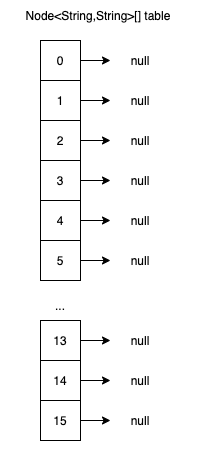
Earlier version of the draw.io export assets/images/2021-11-08-a-tale-of-java-hash-tables/empty-hashmap.drawio.png (nomemory/andreinc-site). Source tidied: cells renumbered, new cells last; positions are measured from the earlier drawing's top-left corner, leaving out a move shared by most shapes.
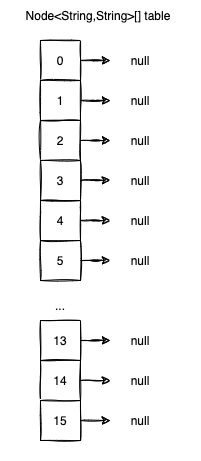
The same file after the commit.

Change to the diagram source:
```diff
@@ -2,94 +2,94 @@
   <root>
     <mxCell id="0" />
     <mxCell id="1" parent="0" />
-    <mxCell id="2" style="rounded=0;whiteSpace=wrap;html=1;strokeColor=none;" parent="1" vertex="1">
+    <mxCell id="2" style="rounded=0;whiteSpace=wrap;html=1;strokeColor=none;sketch=1;fillColor=none;" parent="1" vertex="1">
       <mxGeometry x="10" width="190" height="460" as="geometry" />
     </mxCell>
-    <mxCell id="3" style="edgeStyle=orthogonalEdgeStyle;rounded=0;jettySize=auto;html=1;exitX=1;exitY=0.5;exitDx=0;exitDy=0;" parent="1" edge="1" source="4" target="23">
+    <mxCell id="3" style="edgeStyle=orthogonalEdgeStyle;rounded=0;jettySize=auto;html=1;exitX=1;exitY=0.5;exitDx=0;exitDy=0;sketch=1;" parent="1" edge="1" source="4" target="23">
       <mxGeometry relative="1" as="geometry" />
     </mxCell>
-    <mxCell id="4" value="0" style="rounded=0;whiteSpace=wrap;html=1;" parent="1" vertex="1">
+    <mxCell id="4" value="0" style="rounded=0;whiteSpace=wrap;html=1;sketch=1;" parent="1" vertex="1">
       <mxGeometry x="40" y="40" width="40" height="40" as="geometry" />
     </mxCell>
-    <mxCell id="5" style="edgeStyle=orthogonalEdgeStyle;rounded=0;jettySize=auto;html=1;exitX=1;exitY=0.5;exitDx=0;exitDy=0;" parent="1" edge="1" source="6" target="24">
+    <mxCell id="5" style="edgeStyle=orthogonalEdgeStyle;rounded=0;jettySize=auto;html=1;exitX=1;exitY=0.5;exitDx=0;exitDy=0;sketch=1;" parent="1" edge="1" source="6" target="24">
       <mxGeometry relative="1" as="geometry" />
     </mxCell>
-    <mxCell id="6" value="1" style="rounded=0;whiteSpace=wrap;html=1;" parent="1" vertex="1">
+    <mxCell id="6" value="1" style="rounded=0;whiteSpace=wrap;html=1;sketch=1;" parent="1" vertex="1">
       <mxGeometry x="40" y="80" width="40" height="40" as="geometry" />
     </mxCell>
-    <mxCell id="7" style="edgeStyle=orthogonalEdgeStyle;rounded=0;jettySize=auto;html=1;exitX=1;exitY=0.5;exitDx=0;exitDy=0;" parent="1" edge="1" source="8" target="25">
+    <mxCell id="7" style="edgeStyle=orthogonalEdgeStyle;rounded=0;jettySize=auto;html=1;exitX=1;exitY=0.5;exitDx=0;exitDy=0;sketch=1;" parent="1" edge="1" source="8" target="25">
       <mxGeometry relative="1" as="geometry" />
     </mxCell>
-    <mxCell id="8" value="2" style="rounded=0;whiteSpace=wrap;html=1;" parent="1" vertex="1">
+    <mxCell id="8" value="2" style="rounded=0;whiteSpace=wrap;html=1;sketch=1;" parent="1" vertex="1">
       <mxGeometry x="40" y="120" width="40" height="40" as="geometry" />
     </mxCell>
-    <mxCell id="9" style="edgeStyle=orthogonalEdgeStyle;rounded=0;jettySize=auto;html=1;exitX=1;exitY=0.5;exitDx=0;exitDy=0;" parent="1" edge="1" source="10" target="26">
+    <mxCell id="9" style="edgeStyle=orthogonalEdgeStyle;rounded=0;jettySize=auto;html=1;exitX=1;exitY=0.5;exitDx=0;exitDy=0;sketch=1;" parent="1" edge="1" source="10" target="26">
       <mxGeometry relative="1" as="geometry" />
     </mxCell>
-    <mxCell id="10" value="3" style="rounded=0;whiteSpace=wrap;html=1;" parent="1" vertex="1">
+    <mxCell id="10" value="3" style="rounded=0;whiteSpace=wrap;html=1;sketch=1;" parent="1" vertex="1">
       <mxGeometry x="40" y="160" width="40" height="40" as="geometry" />
     </mxCell>
-    <mxCell id="11" style="edgeStyle=orthogonalEdgeStyle;rounded=0;jettySize=auto;html=1;exitX=1;exitY=0.5;exitDx=0;exitDy=0;" parent="1" edge="1" source="12" target="27">
+    <mxCell id="11" style="edgeStyle=orthogonalEdgeStyle;rounded=0;jettySize=auto;html=1;exitX=1;exitY=0.5;exitDx=0;exitDy=0;sketch=1;" parent="1" edge="1" source="12" target="27">
       <mxGeometry relative="1" as="geometry" />
     </mxCell>
-    <mxCell id="12" value="4" style="rounded=0;whiteSpace=wrap;html=1;" parent="1" vertex="1">
+    <mxCell id="12" value="4" style="rounded=0;whiteSpace=wrap;html=1;sketch=1;" parent="1" vertex="1">
       <mxGeometry x="40" y="200" width="40" height="40" as="geometry" />
     </mxCell>
-    <mxCell id="13" style="edgeStyle=orthogonalEdgeStyle;rounded=0;jettySize=auto;html=1;exitX=1;exitY=0.5;exitDx=0;exitDy=0;" parent="1" edge="1" source="14" target="28">
+    <mxCell id="13" style="edgeStyle=orthogonalEdgeStyle;rounded=0;jettySize=auto;html=1;exitX=1;exitY=0.5;exitDx=0;exitDy=0;sketch=1;" parent="1" edge="1" source="14" target="28">
       <mxGeometry relative="1" as="geometry" />
     </mxCell>
-    <mxCell id="14" value="5" style="rounded=0;whiteSpace=wrap;html=1;" parent="1" vertex="1">
+    <mxCell id="14" value="5" style="rounded=0;whiteSpace=wrap;html=1;sketch=1;" parent="1" vertex="1">
       <mxGeometry x="40" y="240" width="40" height="40" as="geometry" />
     </mxCell>
-    <mxCell id="15" style="edgeStyle=orthogonalEdgeStyle;rounded=0;jettySize=auto;html=1;exitX=1;exitY=0.5;exitDx=0;exitDy=0;" parent="1" edge="1" source="16" target="29">
+    <mxCell id="15" style="edgeStyle=orthogonalEdgeStyle;rounded=0;jettySize=auto;html=1;exitX=1;exitY=0.5;exitDx=0;exitDy=0;sketch=1;" parent="1" edge="1" source="16" target="29">
       <mxGeometry relative="1" as="geometry" />
     </mxCell>
-    <mxCell id="16" value="13" style="rounded=0;whiteSpace=wrap;html=1;" parent="1" vertex="1">
+    <mxCell id="16" value="13" style="rounded=0;whiteSpace=wrap;html=1;sketch=1;" parent="1" vertex="1">
       <mxGeometry x="40" y="320" width="40" height="40" as="geometry" />
     </mxCell>
-    <mxCell id="17" style="edgeStyle=orthogonalEdgeStyle;rounded=0;jettySize=auto;html=1;exitX=1;exitY=0.5;exitDx=0;exitDy=0;entryX=0;entryY=0.5;entryDx=0;entryDy=0;" parent="1" edge="1" source="18" target="30">
+    <mxCell id="17" style="edgeStyle=orthogonalEdgeStyle;rounded=0;jettySize=auto;html=1;exitX=1;exitY=0.5;exitDx=0;exitDy=0;entryX=0;entryY=0.5;entryDx=0;entryDy=0;sketch=1;" parent="1" edge="1" source="18" target="30">
       <mxGeometry relative="1" as="geometry" />
     </mxCell>
-    <mxCell id="18" value="14" style="rounded=0;whiteSpace=wrap;html=1;" parent="1" vertex="1">
+    <mxCell id="18" value="14" style="rounded=0;whiteSpace=wrap;html=1;sketch=1;" parent="1" vertex="1">
       <mxGeometry x="40" y="360" width="40" height="40" as="geometry" />
     </mxCell>
-    <mxCell id="19" style="edgeStyle=orthogonalEdgeStyle;rounded=0;jettySize=auto;html=1;exitX=1;exitY=0.5;exitDx=0;exitDy=0;entryX=0;entryY=0.5;entryDx=0;entryDy=0;" parent="1" edge="1" source="20" target="31">
+    <mxCell id="19" style="edgeStyle=orthogonalEdgeStyle;rounded=0;jettySize=auto;html=1;exitX=1;exitY=0.5;exitDx=0;exitDy=0;entryX=0;entryY=0.5;entryDx=0;entryDy=0;sketch=1;" parent="1" edge="1" source="20" target="31">
       <mxGeometry relative="1" as="geometry" />
     </mxCell>
-    <mxCell id="20" value="15" style="rounded=0;whiteSpace=wrap;html=1;" parent="1" vertex="1">
+    <mxCell id="20" value="15" style="rounded=0;whiteSpace=wrap;html=1;sketch=1;" parent="1" vertex="1">
       <mxGeometry x="40" y="400" width="40" height="40" as="geometry" />
     </mxCell>
-    <mxCell id="21" value="..." style="text;html=1;strokeColor=none;fillColor=none;align=center;verticalAlign=middle;whiteSpace=wrap;rounded=0;" parent="1" vertex="1">
+    <mxCell id="21" value="..." style="text;html=1;strokeColor=none;fillColor=none;align=center;verticalAlign=middle;whiteSpace=wrap;rounded=0;sketch=1;" parent="1" vertex="1">
       <mxGeometry x="30" y="290" width="60" height="30" as="geometry" />
     </mxCell>
-    <mxCell id="22" value="Node&amp;lt;String,String&amp;gt;[] table" style="text;html=1;strokeColor=none;fillColor=none;align=center;verticalAlign=middle;whiteSpace=wrap;rounded=0;" parent="1" vertex="1">
+    <mxCell id="22" value="Node&amp;lt;String,String&amp;gt;[] table" style="text;html=1;strokeColor=none;fillColor=none;align=center;verticalAlign=middle;whiteSpace=wrap;rounded=0;sketch=1;" parent="1" vertex="1">
       <mxGeometry width="196" height="30" as="geometry" />
     </mxCell>
-    <mxCell id="23" value="null" style="text;html=1;strokeColor=none;fillColor=none;align=center;verticalAlign=middle;whiteSpace=wrap;rounded=0;" parent="1" vertex="1">
+    <mxCell id="23" value="null" style="text;html=1;strokeColor=none;fillColor=none;align=center;verticalAlign=middle;whiteSpace=wrap;rounded=0;sketch=1;" parent="1" vertex="1">
       <mxGeometry x="110" y="45" width="60" height="30" as="geometry" />
     </mxCell>
-    <mxCell id="24" value="null" style="text;html=1;strokeColor=none;fillColor=none;align=center;verticalAlign=middle;whiteSpace=wrap;rounded=0;" parent="1" vertex="1">
+    <mxCell id="24" value="null" style="text;html=1;strokeColor=none;fillColor=none;align=center;verticalAlign=middle;whiteSpace=wrap;rounded=0;sketch=1;" parent="1" vertex="1">
       <mxGeometry x="110" y="85" width="60" height="30" as="geometry" />
     </mxCell>
-    <mxCell id="25" value="null" style="text;html=1;strokeColor=none;fillColor=none;align=center;verticalAlign=middle;whiteSpace=wrap;rounded=0;" parent="1" vertex="1">
+    <mxCell id="25" value="null" style="text;html=1;strokeColor=none;fillColor=none;align=center;verticalAlign=middle;whiteSpace=wrap;rounded=0;sketch=1;" parent="1" vertex="1">
       <mxGeometry x="110" y="125" width="60" height="30" as="geometry" />
     </mxCell>
-    <mxCell id="26" value="null" style="text;html=1;strokeColor=none;fillColor=none;align=center;verticalAlign=middle;whiteSpace=wrap;rounded=0;" parent="1" vertex="1">
+    <mxCell id="26" value="null" style="text;html=1;strokeColor=none;fillColor=none;align=center;verticalAlign=middle;whiteSpace=wrap;rounded=0;sketch=1;" parent="1" vertex="1">
       <mxGeometry x="110" y="165" width="60" height="30" as="geometry" />
     </mxCell>
-    <mxCell id="27" value="null" style="text;html=1;strokeColor=none;fillColor=none;align=center;verticalAlign=middle;whiteSpace=wrap;rounded=0;" parent="1" vertex="1">
+    <mxCell id="27" value="null" style="text;html=1;strokeColor=none;fillColor=none;align=center;verticalAlign=middle;whiteSpace=wrap;rounded=0;sketch=1;" parent="1" vertex="1">
       <mxGeometry x="110" y="205" width="60" height="30" as="geometry" />
     </mxCell>
-    <mxCell id="28" value="null" style="text;html=1;strokeColor=none;fillColor=none;align=center;verticalAlign=middle;whiteSpace=wrap;rounded=0;" parent="1" vertex="1">
+    <mxCell id="28" value="null" style="text;html=1;strokeColor=none;fillColor=none;align=center;verticalAlign=middle;whiteSpace=wrap;rounded=0;sketch=1;" parent="1" vertex="1">
       <mxGeometry x="110" y="245" width="60" height="30" as="geometry" />
     </mxCell>
-    <mxCell id="29" value="null" style="text;html=1;strokeColor=none;fillColor=none;align=center;verticalAlign=middle;whiteSpace=wrap;rounded=0;" parent="1" vertex="1">
+    <mxCell id="29" value="null" style="text;html=1;strokeColor=none;fillColor=none;align=center;verticalAlign=middle;whiteSpace=wrap;rounded=0;sketch=1;" parent="1" vertex="1">
       <mxGeometry x="110" y="325" width="60" height="30" as="geometry" />
     </mxCell>
-    <mxCell id="30" value="null" style="text;html=1;strokeColor=none;fillColor=none;align=center;verticalAlign=middle;whiteSpace=wrap;rounded=0;" parent="1" vertex="1">
+    <mxCell id="30" value="null" style="text;html=1;strokeColor=none;fillColor=none;align=center;verticalAlign=middle;whiteSpace=wrap;rounded=0;sketch=1;" parent="1" vertex="1">
       <mxGeometry x="110" y="365" width="60" height="30" as="geometry" />
     </mxCell>
-    <mxCell id="31" value="null" style="text;html=1;strokeColor=none;fillColor=none;align=center;verticalAlign=middle;whiteSpace=wrap;rounded=0;" parent="1" vertex="1">
+    <mxCell id="31" value="null" style="text;html=1;strokeColor=none;fillColor=none;align=center;verticalAlign=middle;whiteSpace=wrap;rounded=0;sketch=1;" parent="1" vertex="1">
       <mxGeometry x="110" y="405" width="60" height="30" as="geometry" />
     </mxCell>
   </root>
```
